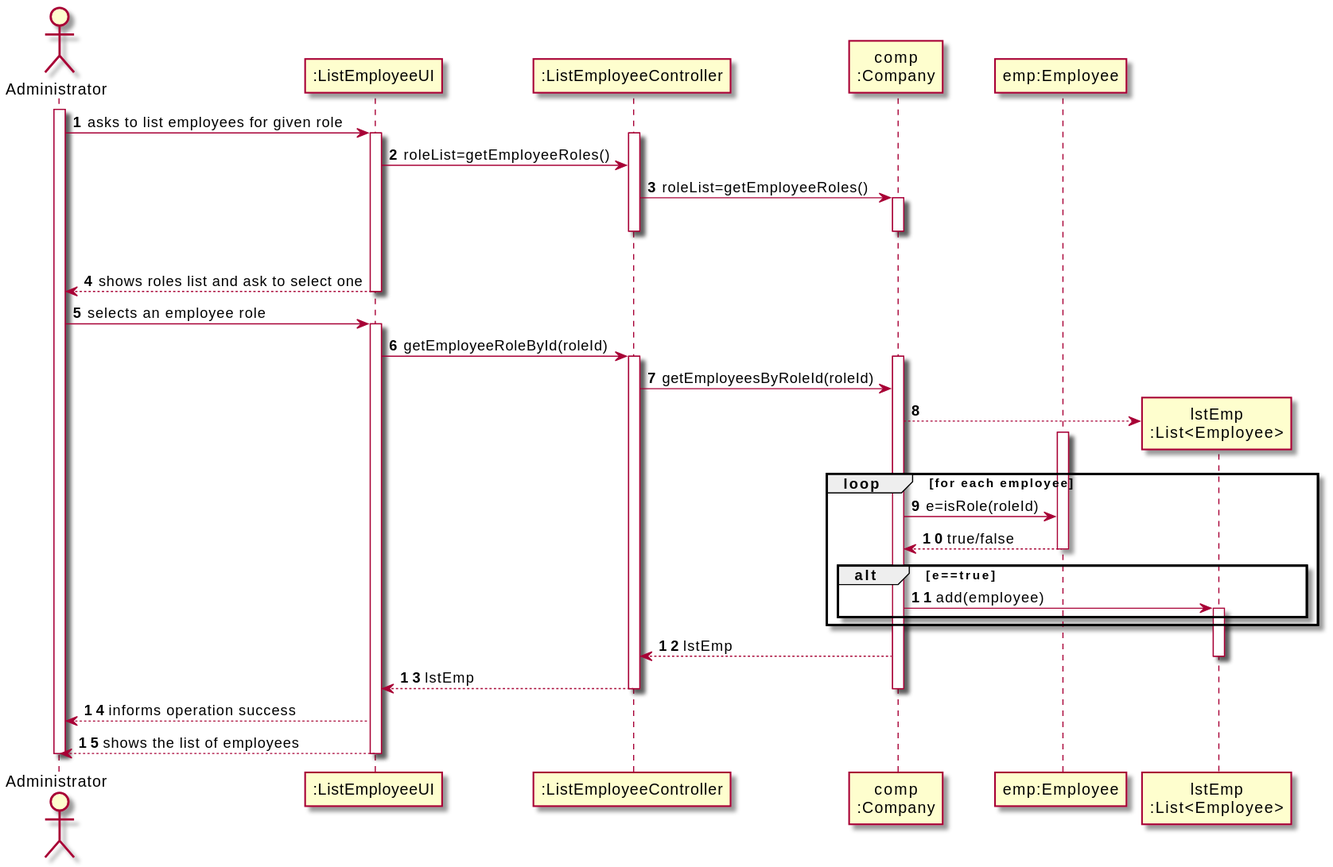
Earlier version of the PlantUML export docs/SprintB/US11/SD/US11_SD.svg (miseEnPlace-i/lapr2).
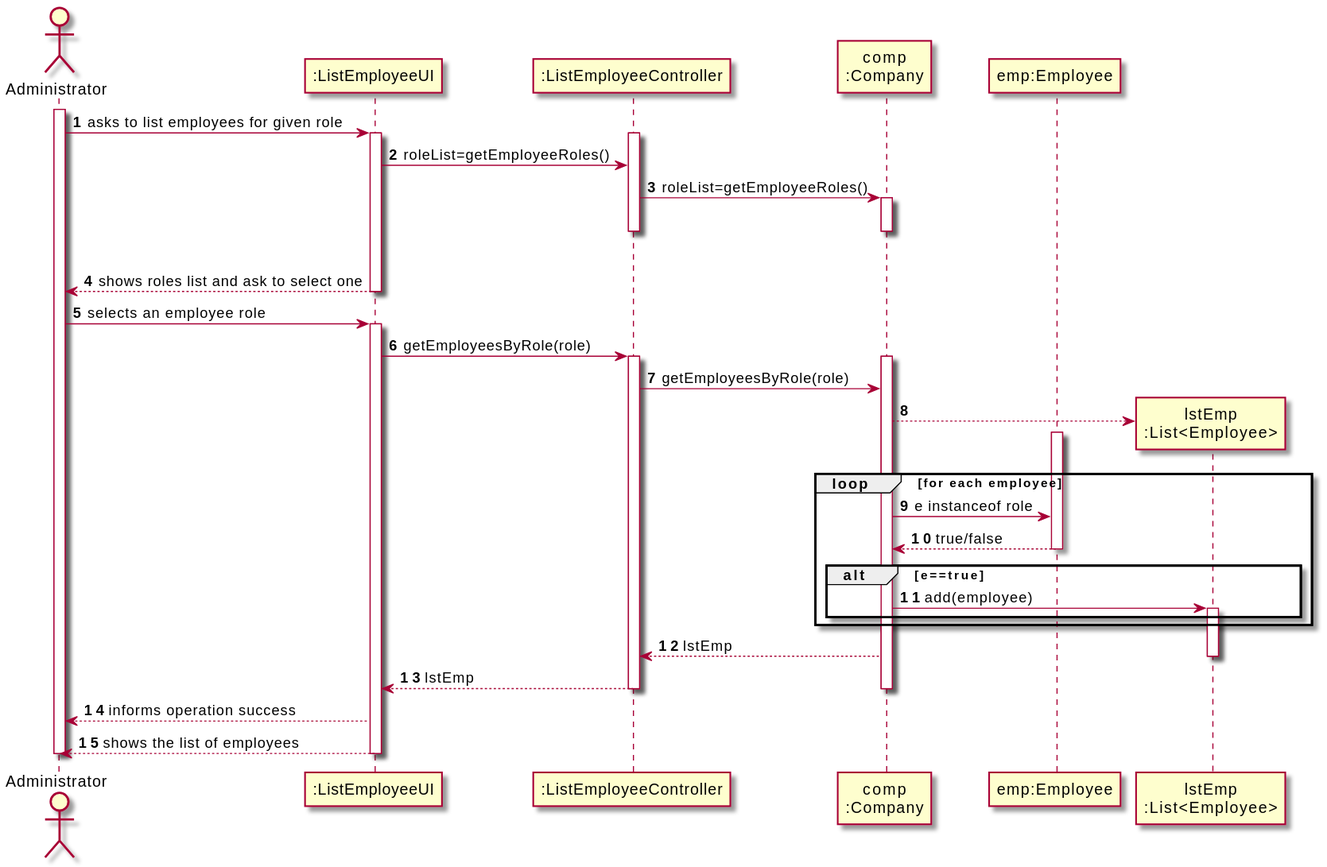
After the commit.

The edit, as a diff of the source:
```diff
@@ -25,17 +25,17 @@
 ADM -> UI : selects an employee role
 activate UI
 
-UI -> CTRL : getEmployeeRoleById(roleId)
+UI -> CTRL : getEmployeesByRole(role)
 activate CTRL
 
 activate COMP
-CTRL -> COMP: getEmployeesByRoleId(roleId)
+CTRL -> COMP: getEmployeesByRole(role)
 create "lstEmp\n:List<Employee>" as LST
 COMP --> LST
 
 loop for each employee
   activate EMP
-    COMP -> EMP: e=isRole(roleId)
+    COMP -> EMP: e instanceof role
     EMP --> COMP: true/false
   deactivate EMP
     alt e==true
```
